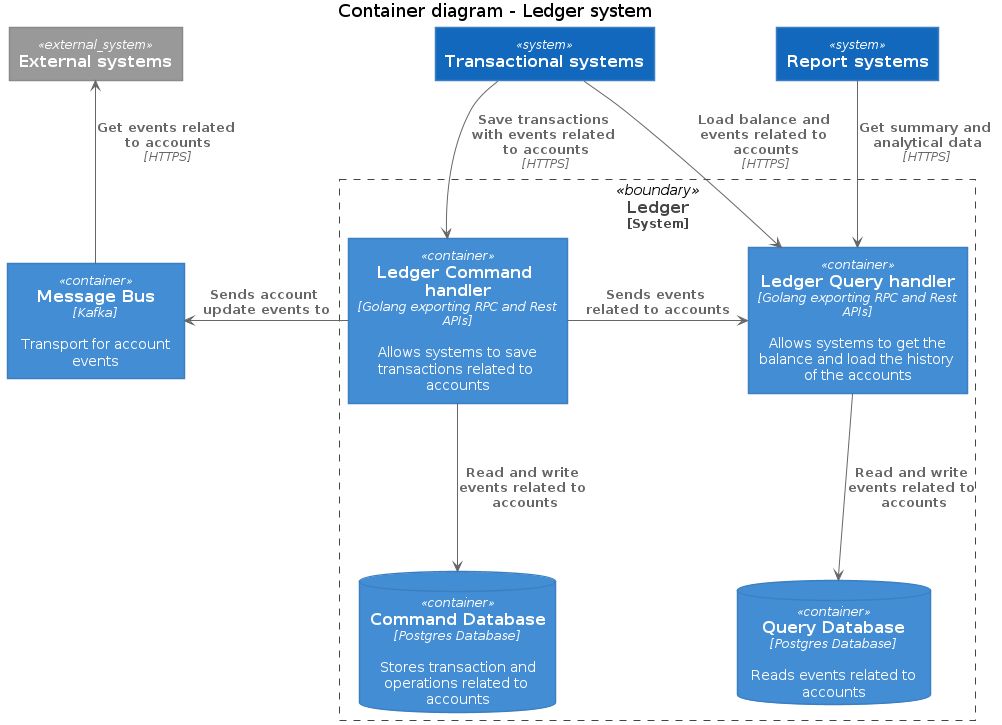
This is docs/c4model/level_2_step_by_step/level_2_b_container_diagram.png from fernandodr19/the-amazing-ledger, a PlantUML export, as it was before one commit.
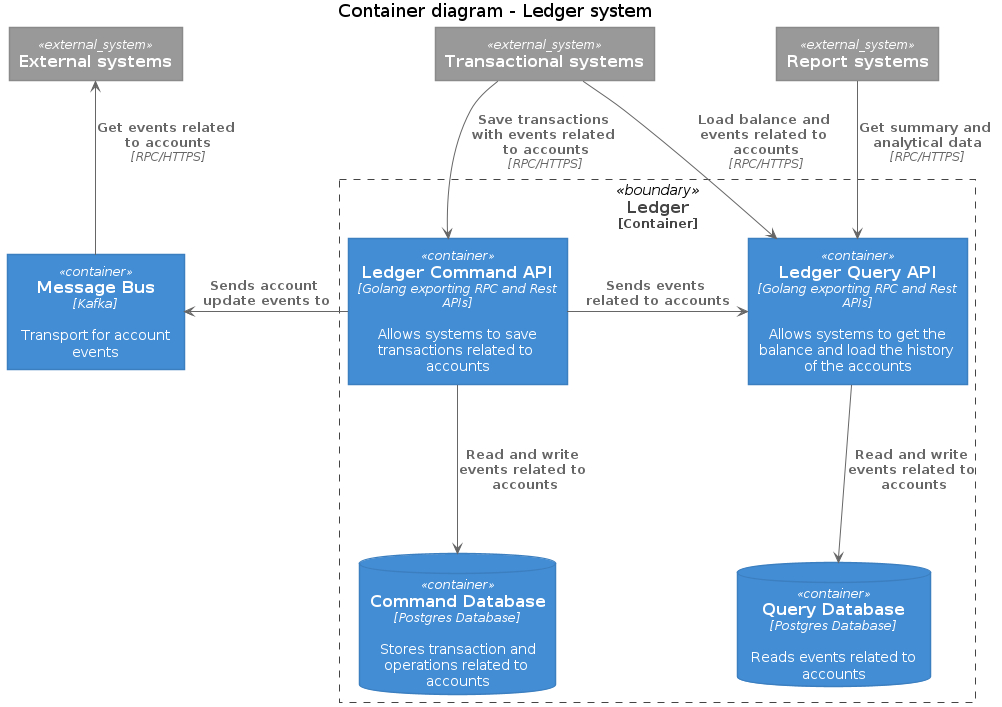
After the change.

The edit, as a diff of the source:
```diff
@@ -3,13 +3,13 @@
 
 title Container diagram - Ledger system
 
-System(transactional_systems, "Transactional systems")
-System(report_systems, "Report systems")
+System_Ext(transactional_systems, "Transactional systems")
+System_Ext(report_systems, "Report systems")
 System_Ext(external_systems, "External systems")
 
-System_Boundary(ledger, "Ledger") {
-    Container(ledger_command_api, "Ledger Command handler", "Golang exporting RPC and Rest APIs", "Allows systems to save transactions related to accounts")
-    Container(ledger_query_api, "Ledger Query handler", "Golang exporting RPC and Rest APIs", "Allows systems to get the balance and load the history of the accounts")
+Container_Boundary(ledger, "Ledger") {
+    Container(ledger_command_api, "Ledger Command API", "Golang exporting RPC and Rest APIs", "Allows systems to save transactions related to accounts")
+    Container(ledger_query_api, "Ledger Query API", "Golang exporting RPC and Rest APIs", "Allows systems to get the balance and load the history of the accounts")
     ContainerDb(query_database, "Query Database", "Postgres Database", "Reads events related to accounts")
     ContainerDb(command_database, "Command Database", "Postgres Database", "Stores transaction and operations related to accounts")
 }
@@ -21,15 +21,14 @@
 Rel(ledger_command_api, command_database, "Read and write events related to accounts")
 Rel(ledger_query_api, query_database, "Read and write events related to accounts")
 
-Rel(transactional_systems, ledger_command_api, "Save transactions with events related to accounts", "HTTPS")
-Rel(transactional_systems, ledger_query_api, "Load balance and events related to accounts", "HTTPS")
+Rel(transactional_systems, ledger_command_api, "Save transactions with events related to accounts", "RPC/HTTPS")
+Rel(transactional_systems, ledger_query_api, "Load balance and events related to accounts", "RPC/HTTPS")
 
-Rel(report_systems, ledger_query_api, "Get summary and analytical data", "HTTPS")
-Rel_Back(external_systems, message_bus, "Get events related to accounts", "HTTPS")
+Rel(report_systems, ledger_query_api, "Get summary and analytical data", "RPC/HTTPS")
+Rel_Back(external_systems, message_bus, "Get events related to accounts", "RPC/HTTPS")
 
 Rel_Neighbor(ledger_command_api, ledger_query_api, "Sends events related to accounts")
 
 Lay_R(ledger_command_api, ledger_query_api)
 
-
 @enduml
```
